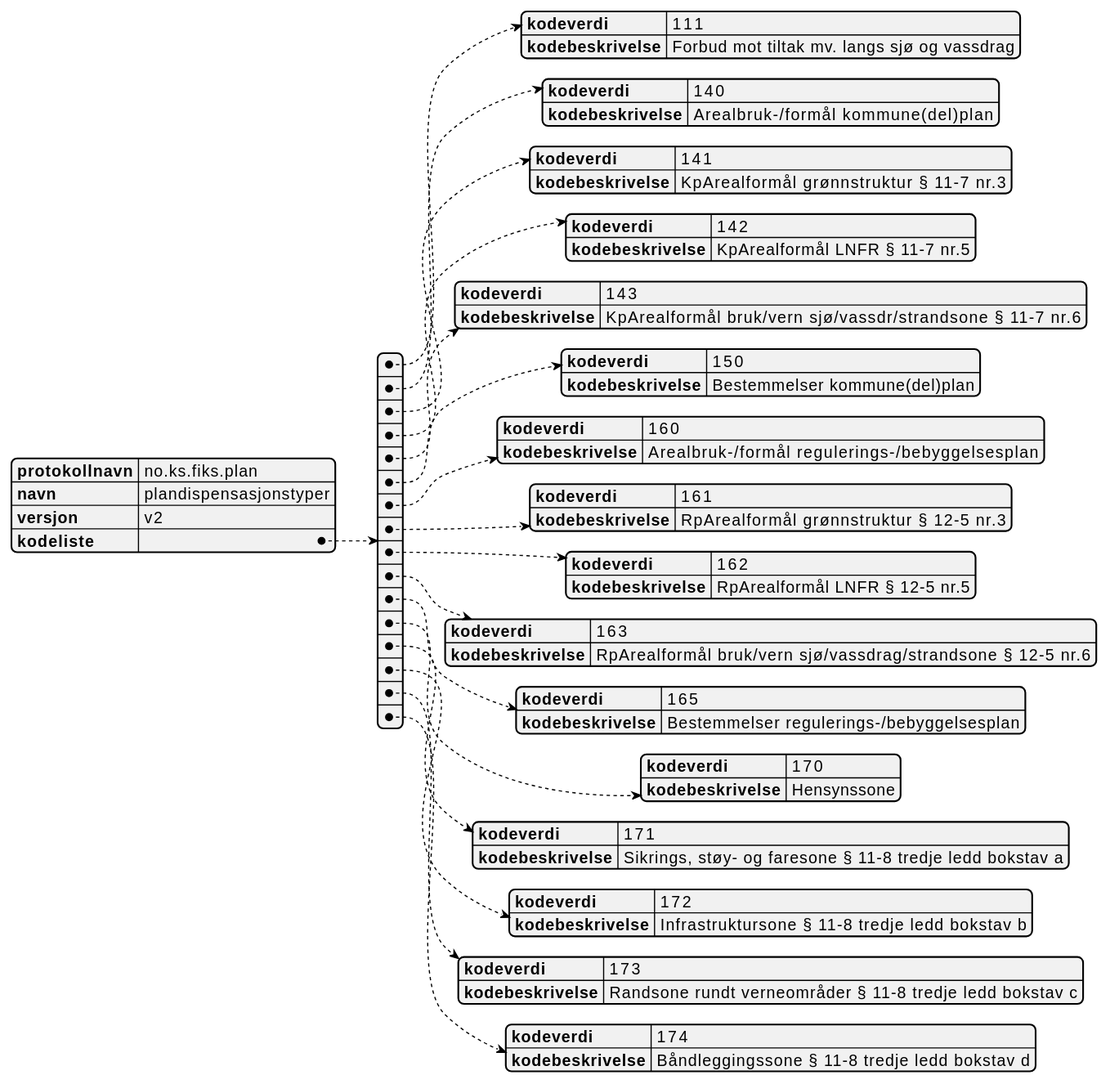
The PlantUML diagram Schema/V2/kodelister/no.ks.fiks.plan.v2.kodelister.dispensasjonstyper/no.ks.fiks.plan.v2.kodelister.dispensasjonstyper.svg in ks-no/fiks-plan-specification, before a commit. Its diagram source:
```plantuml
@startjson
{
  "protokollnavn": "no.ks.fiks.plan",
  "navn": "plandispensasjonstyper",
  "versjon": "v2",
  "kodeliste": [
    {
      "kodeverdi" : "111",
      "kodebeskrivelse" : "Forbud mot tiltak mv. langs sjø og vassdrag"
    },
    {
      "kodeverdi" : "140",
      "kodebeskrivelse" : "Arealbruk-/formål kommune(del)plan"
    },
    {
      "kodeverdi" : "141",
      "kodebeskrivelse" : "KpArealformål grønnstruktur § 11-7 nr.3"
    },
    {
      "kodeverdi" : "142",
      "kodebeskrivelse" : "KpArealformål LNFR § 11-7 nr.5"
    },
    {
      "kodeverdi" : "143",
      "kodebeskrivelse" : "KpArealformål bruk/vern sjø/vassdr/strandsone § 11-7 nr.6"
    },
    {
      "kodeverdi" : "150",
      "kodebeskrivelse" : "Bestemmelser kommune(del)plan"
    },
    {
      "kodeverdi" : "160",
      "kodebeskrivelse" : "Arealbruk-/formål regulerings-/bebyggelsesplan"
    },
    {
      "kodeverdi" : "161",
      "kodebeskrivelse" : "RpArealformål grønnstruktur § 12-5 nr.3"
    },
    {
      "kodeverdi" : "162",
      "kodebeskrivelse" : "RpArealformål LNFR § 12-5 nr.5"
    },
    {
      "kodeverdi" : "163",
      "kodebeskrivelse" : "RpArealformål bruk/vern sjø/vassdrag/strandsone § 12-5 nr.6"
    },
    {
      "kodeverdi" : "165",
      "kodebeskrivelse" : "Bestemmelser regulerings-/bebyggelsesplan"
    },
    {
      "kodeverdi" : "170",
      "kodebeskrivelse" : "Hensynssone"
    },
    {
      "kodeverdi" : "171",
      "kodebeskrivelse" : "Sikrings, støy- og faresone § 11-8 tredje ledd bokstav a"
    },
    {
      "kodeverdi" : "172",
      "kodebeskrivelse" : "Infrastruktursone § 11-8 tredje ledd bokstav b"
    },
    {
      "kodeverdi" : "173",
      "kodebeskrivelse" : "Randsone rundt verneområder § 11-8 tredje ledd bokstav c"
    },
    {
      "kodeverdi" : "174",
      "kodebeskrivelse" : "Båndleggingssone § 11-8 tredje ledd bokstav d"
    }
  ]
}
@endjson
```
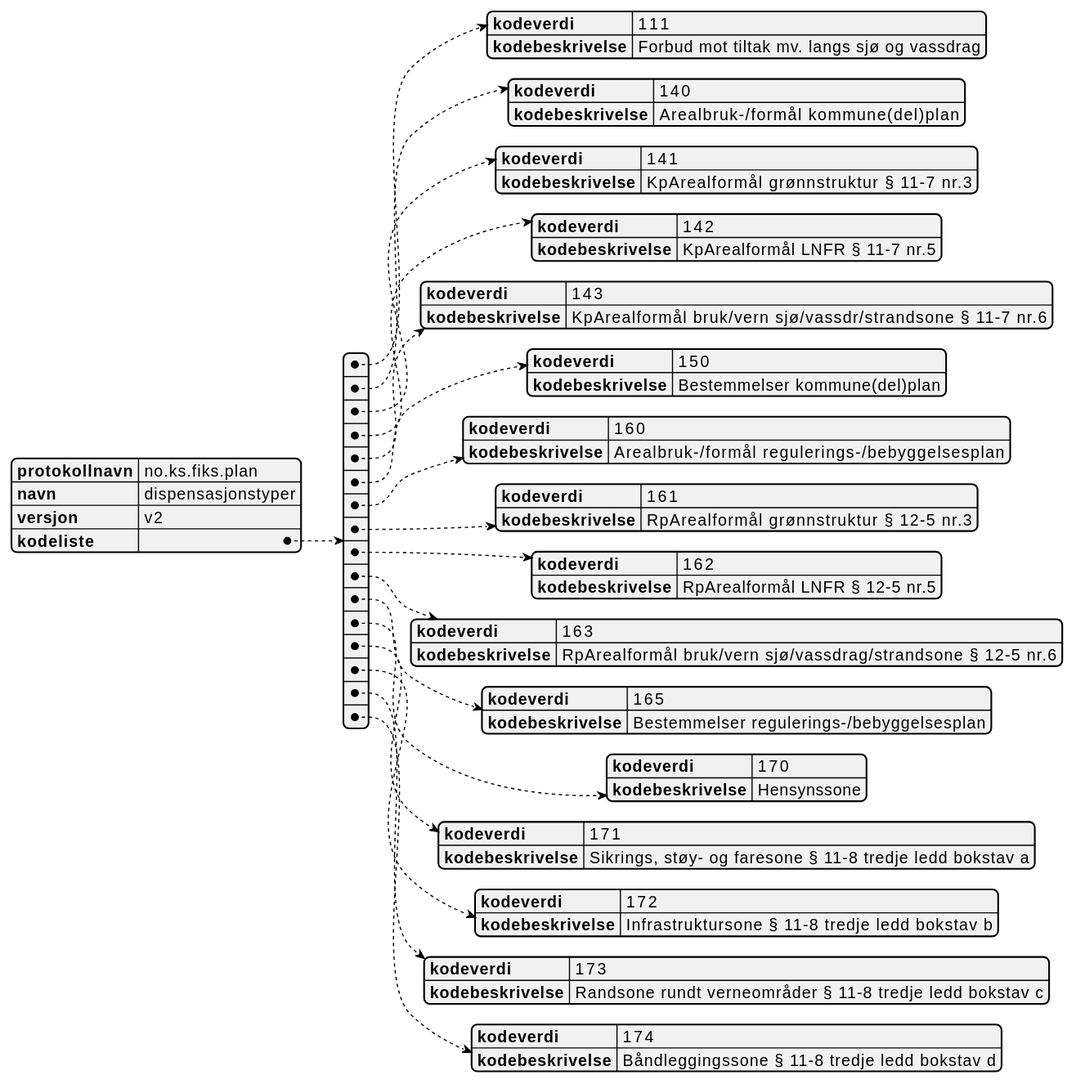
After the change.

What changed in the source:
```diff
@@ -1,7 +1,7 @@
 @startjson
 {
   "protokollnavn": "no.ks.fiks.plan",
-  "navn": "plandispensasjonstyper",
+  "navn": "dispensasjonstyper",
   "versjon": "v2",
   "kodeliste": [
     {
```
